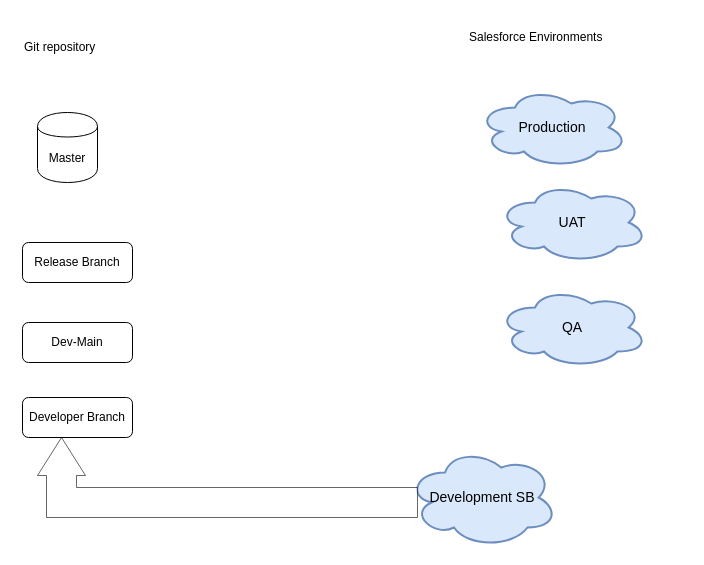
Before: config/PLM.drawio in RatnaKumarMukiri/WILEY-PLM, a draw.io diagram. Source tidied: cells renumbered, new cells numbered last; positions are measured from the earlier drawing's top-left corner, leaving out a move shared by most shapes. Both pictures are drawn from the tidied source at 100%, with x=0, y=0 at pixel (22, 27).
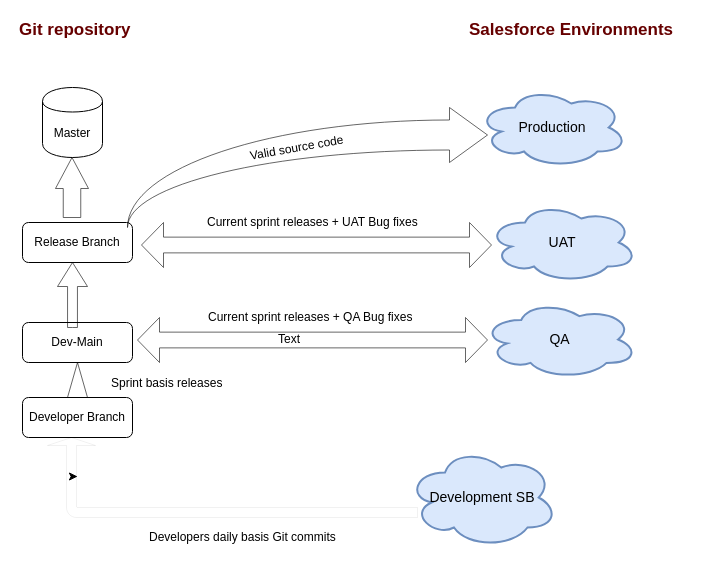
The same page after the edit.

Diff of the diagram source:
```diff
@@
     <mxCell id="2" value="Master" style="shape=cylinder;whiteSpace=wrap;html=1;boundedLbl=1;backgroundOutline=1;" parent="1" vertex="1">
-      <mxGeometry x="15" y="85" width="60" height="70" as="geometry" />
+      <mxGeometry x="20" y="60" width="60" height="70" as="geometry" />
     </mxCell>
     <mxCell id="3" value="Release Branch" style="rounded=1;whiteSpace=wrap;html=1;" parent="1" vertex="1">
-      <mxGeometry y="215" width="110" height="40" as="geometry" />
+      <mxGeometry y="195" width="110" height="40" as="geometry" />
     </mxCell>
@@
-    <mxCell id="6" value="Salesforce Environments&amp;nbsp;" style="text;html=1;align=left;verticalAlign=top;spacingTop=-4;" parent="1" vertex="1">
-      <mxGeometry x="445" width="150" height="20" as="geometry" />
+    <mxCell id="6" value="&lt;font style=&quot;font-size: 17px&quot;&gt;&lt;b&gt;Salesforce Environments&amp;nbsp;&lt;/b&gt;&lt;/font&gt;" style="text;html=1;align=left;verticalAlign=top;spacingTop=-4;fontColor=#660000;" parent="1" vertex="1">
+      <mxGeometry x="445" y="-10" width="220" height="20" as="geometry" />
     </mxCell>
-    <mxCell id="7" value="Git repository&amp;nbsp;" style="text;html=1;align=left;verticalAlign=top;spacingTop=-4;" parent="1" vertex="1">
-      <mxGeometry y="10" width="90" height="20" as="geometry" />
+    <mxCell id="7" value="&lt;font style=&quot;font-size: 17px&quot;&gt;&lt;b&gt;Git repository&amp;nbsp;&lt;/b&gt;&lt;/font&gt;" style="text;html=1;align=left;verticalAlign=top;spacingTop=-4;fontColor=#660000;" parent="1" vertex="1">
+      <mxGeometry x="-5" y="-10" width="130" height="20" as="geometry" />
     </mxCell>
     <mxCell id="8" value="UAT" style="ellipse;shape=cloud;strokeWidth=2;fontSize=14;whiteSpace=wrap;html=1;align=center;fillColor=#dae8fc;strokeColor=#6c8ebf;" parent="1" vertex="1">
-      <mxGeometry x="475" y="155" width="150" height="80" as="geometry" />
+      <mxGeometry x="465" y="175" width="150" height="80" as="geometry" />
     </mxCell>
     <mxCell id="9" value="QA" style="ellipse;shape=cloud;strokeWidth=2;fontSize=14;whiteSpace=wrap;html=1;align=center;fillColor=#dae8fc;strokeColor=#6c8ebf;" parent="1" vertex="1">
-      <mxGeometry x="475" y="260" width="150" height="80" as="geometry" />
+      <mxGeometry x="460" y="273" width="155" height="78" as="geometry" />
     </mxCell>
@@
+    <mxCell id="13" style="edgeStyle=orthogonalEdgeStyle;rounded=0;jettySize=auto;html=1;exitX=0;exitY=0;exitDx=41;exitDy=29;exitPerimeter=0;" parent="1" edge="1" source="12">
+      <mxGeometry relative="1" as="geometry">
+        <mxPoint x="55" y="449" as="targetPoint" />
+      </mxGeometry>
+    </mxCell>
-    <mxCell id="12" style="html=1;shadow=0;dashed=0;align=center;verticalAlign=middle;shape=mxgraph.arrows2.bendArrow;dy=15;dx=38;notch=0;arrowHead=48;rounded=0;direction=north;opacity=60;strokeWidth=1;" parent="1" vertex="1">
-      <mxGeometry x="15" y="410" width="380" height="80" as="geometry" />
+    <mxCell id="12" style="html=1;shadow=0;dashed=1;align=center;verticalAlign=middle;shape=mxgraph.arrows2.bendArrow;dy=5;dx=8;notch=0;arrowHead=48;rounded=1;direction=north;opacity=60;strokeWidth=0;fillColor=none;" parent="1" vertex="1">
+      <mxGeometry x="25" y="410" width="370" height="80" as="geometry" />
     </mxCell>
+    <mxCell id="14" value="Developers daily basis Git commits&amp;nbsp;" style="text;html=1;align=left;verticalAlign=top;spacingTop=-4;" parent="1" vertex="1">
+      <mxGeometry x="125" y="500" width="210" height="20" as="geometry" />
+    </mxCell>
+    <mxCell id="15" style="html=1;shadow=0;dashed=0;align=center;verticalAlign=middle;shape=mxgraph.arrows2.arrow;dy=0.6;dx=40;direction=north;notch=0;rounded=0;strokeWidth=1;fillColor=none;opacity=60;" parent="1" vertex="1">
+      <mxGeometry x="45" y="335" width="20" height="35" as="geometry" />
+    </mxCell>
+    <mxCell id="16" value="Sprint basis releases" style="text;html=1;align=left;verticalAlign=top;spacingTop=-4;" parent="1" vertex="1">
+      <mxGeometry x="87" y="346" width="130" height="20" as="geometry" />
+    </mxCell>
+    <mxCell id="17" value="Text" style="text;html=1;align=left;verticalAlign=top;spacingTop=-4;" parent="1" vertex="1">
+      <mxGeometry x="254" y="302" width="40" height="20" as="geometry" />
+    </mxCell>
+    <mxCell id="18" style="html=1;shadow=0;dashed=0;align=center;verticalAlign=middle;shape=mxgraph.arrows2.twoWayArrow;dy=0.65;dx=22;rounded=0;strokeWidth=1;fillColor=none;opacity=60;" parent="1" vertex="1">
+      <mxGeometry x="115" y="290" width="350" height="45" as="geometry" />
+    </mxCell>
+    <mxCell id="19" value="Current sprint releases + QA Bug fixes" style="text;html=1;align=left;verticalAlign=top;spacingTop=-4;" parent="1" vertex="1">
+      <mxGeometry x="184" y="280" width="220" height="20" as="geometry" />
+    </mxCell>
+    <mxCell id="20" style="html=1;shadow=0;dashed=0;align=center;verticalAlign=middle;shape=mxgraph.arrows2.arrow;dy=0.67;dx=24;direction=north;notch=0;rounded=0;strokeWidth=1;fillColor=none;opacity=60;" parent="1" vertex="1">
+      <mxGeometry x="35" y="235" width="30" height="65" as="geometry" />
+    </mxCell>
+    <mxCell id="21" style="html=1;shadow=0;dashed=0;align=center;verticalAlign=middle;shape=mxgraph.arrows2.twoWayArrow;dy=0.65;dx=22;rounded=0;strokeWidth=1;fillColor=none;opacity=60;" parent="1" vertex="1">
+      <mxGeometry x="119" y="195" width="350" height="45" as="geometry" />
+    </mxCell>
+    <mxCell id="22" value="Current sprint releases + UAT Bug fixes" style="text;html=1;align=left;verticalAlign=top;spacingTop=-4;" parent="1" vertex="1">
+      <mxGeometry x="182.5" y="185" width="230" height="20" as="geometry" />
+    </mxCell>
+    <mxCell id="23" style="html=1;shadow=0;dashed=0;align=center;verticalAlign=middle;shape=mxgraph.arrows2.jumpInArrow;dy=15;dx=38;arrowHead=55;rounded=0;strokeWidth=1;fillColor=none;opacity=60;" parent="1" vertex="1">
+      <mxGeometry x="105" y="80" width="360" height="120" as="geometry" />
+    </mxCell>
+    <mxCell id="24" value="Valid source code" style="text;html=1;align=left;verticalAlign=top;spacingTop=-4;rotation=-10;" parent="1" vertex="1">
+      <mxGeometry x="225" y="110" width="110" height="20" as="geometry" />
+    </mxCell>
+    <mxCell id="25" style="html=1;shadow=0;dashed=0;align=center;verticalAlign=middle;shape=mxgraph.arrows2.arrow;dy=0.47;dx=31;direction=north;notch=0;rounded=0;strokeWidth=1;fillColor=none;opacity=60;" parent="1" vertex="1">
+      <mxGeometry x="33" y="130" width="33" height="60" as="geometry" />
+    </mxCell>
```
